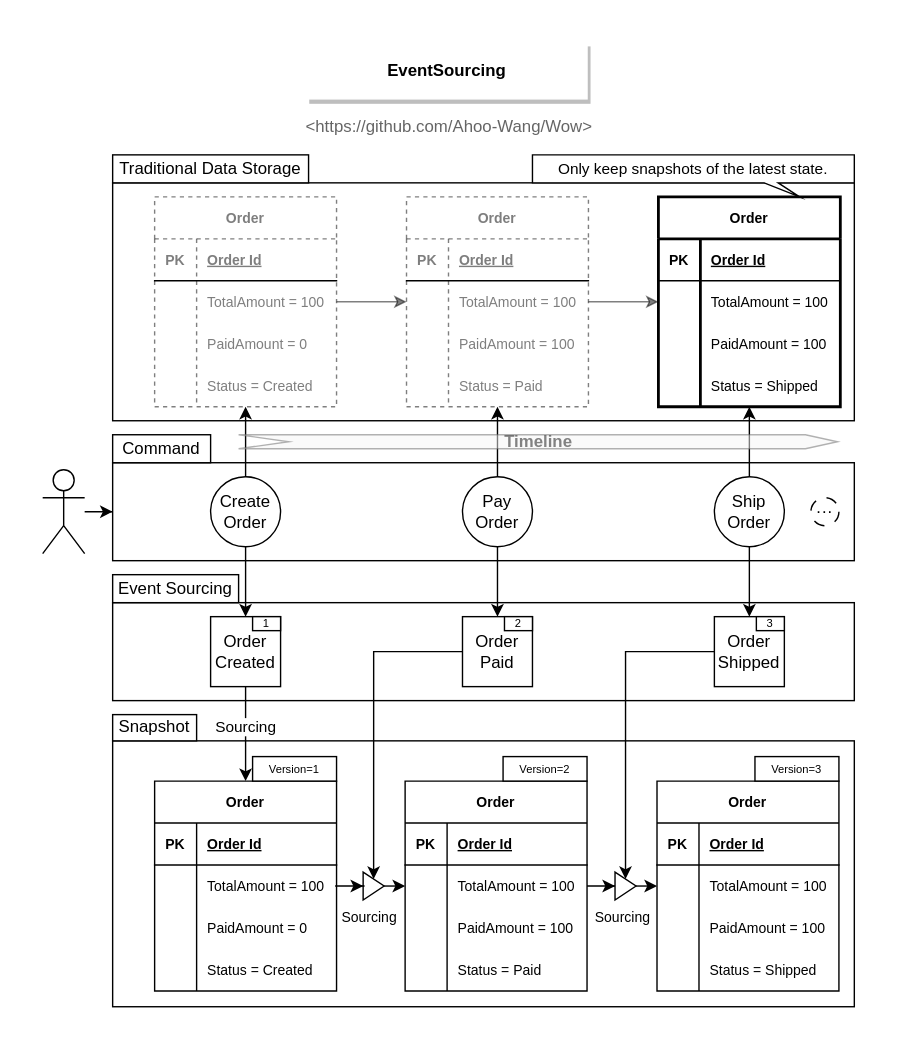
The draw.io diagram document/design/assets/EventSourcing.svg in Ahoo-Wang/Wow, before a commit. Source tidied: cells renumbered, new cells last; positions are measured from the earlier drawing's top-left corner, leaving out a move shared by most shapes.
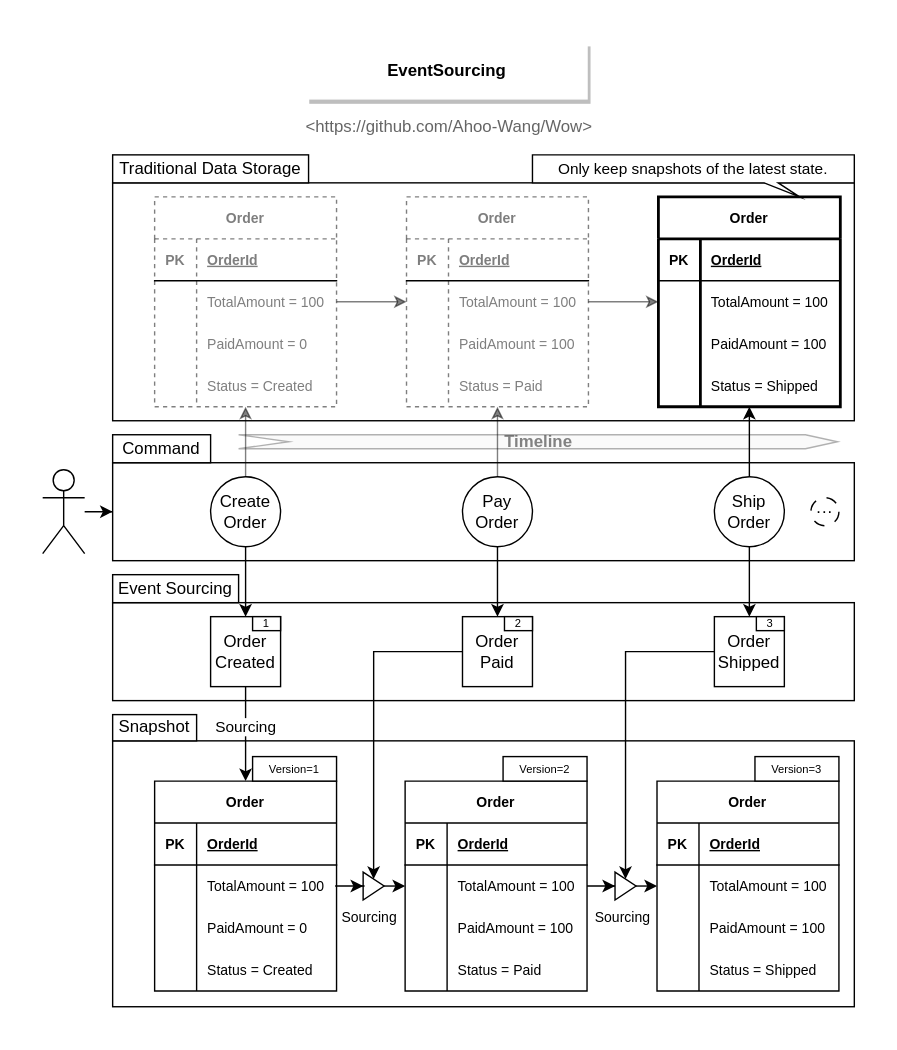
Later version of the same file.

What changed in the source:
```diff
@@ -2,6 +2,9 @@
   <root>
     <mxCell id="0" />
     <mxCell id="1" parent="0" />
+    <mxCell id="87" value="&lt;b&gt;Timeline&lt;/b&gt;" style="html=1;shadow=0;align=center;verticalAlign=middle;shape=mxgraph.arrows2.arrow;dy=0;dx=22.95;notch=35.86;textOpacity=60;opacity=50;fontSize=12;fillColor=#f5f5f5;fontColor=#333333;strokeColor=#666666;" parent="1" vertex="1">
+      <mxGeometry x="140" y="280" width="428" height="10" as="geometry" />
+    </mxCell>
     <mxCell id="2" style="rounded=0;whiteSpace=wrap;html=1;" parent="1" vertex="1">
       <mxGeometry x="50" y="400" width="530" height="70" as="geometry" />
     </mxCell>
@@ -17,7 +20,7 @@
     <mxCell id="6" style="edgeStyle=orthogonalEdgeStyle;rounded=0;jettySize=auto;html=1;entryX=0.5;entryY=0;entryDx=0;entryDy=0;strokeWidth=1;" parent="1" edge="1" source="71" target="68">
       <mxGeometry relative="1" as="geometry" />
     </mxCell>
-    <mxCell id="7" style="edgeStyle=orthogonalEdgeStyle;rounded=0;jettySize=auto;html=1;exitX=0.5;exitY=0;exitDx=0;exitDy=0;entryX=0.5;entryY=1;entryDx=0;entryDy=0;entryPerimeter=0;strokeWidth=1;" parent="1" edge="1" source="71" target="84">
+    <mxCell id="7" style="edgeStyle=orthogonalEdgeStyle;rounded=0;jettySize=auto;html=1;exitX=0.5;exitY=0;exitDx=0;exitDy=0;entryX=0.5;entryY=1;entryDx=0;entryDy=0;entryPerimeter=0;strokeWidth=1;textOpacity=50;opacity=50;" parent="1" edge="1" source="71" target="84">
       <mxGeometry relative="1" as="geometry" />
     </mxCell>
     <mxCell id="8" style="edgeStyle=orthogonalEdgeStyle;rounded=0;hachureGap=4;jettySize=auto;html=1;entryX=0.5;entryY=0;entryDx=0;entryDy=0;fontFamily=Architects Daughter;fontSource=https%3A%2F%2Ffonts.googleapis.com%2Fcss%3Ffamily%3DArchitects%2BDaughter;fontSize=16;" parent="1" edge="1" source="68" target="88">
@@ -28,7 +31,7 @@
         <mxPoint y="-2" as="offset" />
       </mxGeometry>
     </mxCell>
-    <mxCell id="10" style="edgeStyle=orthogonalEdgeStyle;rounded=0;hachureGap=4;jettySize=auto;html=1;fontFamily=Architects Daughter;fontSource=https%3A%2F%2Ffonts.googleapis.com%2Fcss%3Ffamily%3DArchitects%2BDaughter;fontSize=16;" parent="1" edge="1" source="12" target="13">
+    <mxCell id="10" style="edgeStyle=orthogonalEdgeStyle;rounded=0;hachureGap=4;jettySize=auto;html=1;fontFamily=Architects Daughter;fontSource=https%3A%2F%2Ffonts.googleapis.com%2Fcss%3Ffamily%3DArchitects%2BDaughter;fontSize=16;opacity=50;" parent="1" edge="1" source="12" target="13">
       <mxGeometry relative="1" as="geometry" />
     </mxCell>
     <mxCell id="11" style="edgeStyle=orthogonalEdgeStyle;rounded=0;hachureGap=4;jettySize=auto;html=1;entryX=0.5;entryY=0;entryDx=0;entryDy=0;fontFamily=Architects Daughter;fontSource=https%3A%2F%2Ffonts.googleapis.com%2Fcss%3Ffamily%3DArchitects%2BDaughter;fontSize=16;" parent="1" edge="1" source="12" target="62">
@@ -46,7 +49,7 @@
     <mxCell id="15" value="PK" style="shape=partialRectangle;fillColor=none;top=0;left=0;bottom=0;right=0;fontStyle=1;overflow=hidden;fontSize=10;textOpacity=50;" parent="14" vertex="1">
       <mxGeometry width="30" height="30" as="geometry" />
     </mxCell>
-    <mxCell id="16" value="Order Id" style="shape=partialRectangle;fillColor=none;top=0;left=0;bottom=0;right=0;align=left;spacingLeft=6;fontStyle=5;overflow=hidden;fontSize=10;textOpacity=50;" parent="14" vertex="1">
+    <mxCell id="16" value="OrderId" style="shape=partialRectangle;fillColor=none;top=0;left=0;bottom=0;right=0;align=left;spacingLeft=6;fontStyle=5;overflow=hidden;fontSize=10;textOpacity=50;" parent="14" vertex="1">
       <mxGeometry x="30" width="100" height="30" as="geometry" />
     </mxCell>
     <mxCell id="17" style="shape=tableRow;horizontal=0;startSize=0;swimlaneHead=0;swimlaneBody=0;fillColor=none;points=[[0,0.5],[1,0.5]];portConstraint=eastwest;top=0;left=0;right=0;bottom=0;fontSize=10;" parent="13" vertex="1">
@@ -103,7 +106,7 @@
     <mxCell id="34" value="PK" style="shape=partialRectangle;fillColor=none;top=0;left=0;bottom=0;right=0;fontStyle=1;overflow=hidden;fontSize=10;" parent="33" vertex="1">
       <mxGeometry width="30" height="30" as="geometry" />
     </mxCell>
-    <mxCell id="35" value="Order Id" style="shape=partialRectangle;fillColor=none;top=0;left=0;bottom=0;right=0;align=left;spacingLeft=6;fontStyle=5;overflow=hidden;fontSize=10;" parent="33" vertex="1">
+    <mxCell id="35" value="OrderId" style="shape=partialRectangle;fillColor=none;top=0;left=0;bottom=0;right=0;align=left;spacingLeft=6;fontStyle=5;overflow=hidden;fontSize=10;" parent="33" vertex="1">
       <mxGeometry x="30" width="100" height="30" as="geometry" />
     </mxCell>
     <mxCell id="36" style="shape=tableRow;horizontal=0;startSize=0;swimlaneHead=0;swimlaneBody=0;fillColor=none;points=[[0,0.5],[1,0.5]];portConstraint=eastwest;top=0;left=0;right=0;bottom=0;fontSize=10;" parent="32" vertex="1">
@@ -229,7 +232,7 @@
     <mxCell id="76" value="PK" style="shape=partialRectangle;fillColor=none;top=0;left=0;bottom=0;right=0;fontStyle=1;overflow=hidden;fontSize=10;opacity=50;textOpacity=50;" parent="75" vertex="1">
       <mxGeometry width="30" height="30" as="geometry" />
     </mxCell>
-    <mxCell id="77" value="Order Id" style="shape=partialRectangle;fillColor=none;top=0;left=0;bottom=0;right=0;align=left;spacingLeft=6;fontStyle=5;overflow=hidden;fontSize=10;opacity=50;textOpacity=50;" parent="75" vertex="1">
+    <mxCell id="77" value="OrderId" style="shape=partialRectangle;fillColor=none;top=0;left=0;bottom=0;right=0;align=left;spacingLeft=6;fontStyle=5;overflow=hidden;fontSize=10;opacity=50;textOpacity=50;" parent="75" vertex="1">
       <mxGeometry x="30" width="100" height="30" as="geometry" />
     </mxCell>
     <mxCell id="78" style="shape=tableRow;horizontal=0;startSize=0;swimlaneHead=0;swimlaneBody=0;fillColor=none;points=[[0,0.5],[1,0.5]];portConstraint=eastwest;top=0;left=0;right=0;bottom=0;fontSize=10;opacity=50;" parent="74" vertex="1">
@@ -259,9 +262,6 @@
     <mxCell id="86" value="Status = Created" style="shape=partialRectangle;fillColor=none;top=0;left=0;bottom=0;right=0;align=left;spacingLeft=6;overflow=hidden;fontSize=10;opacity=50;textOpacity=50;" parent="84" vertex="1">
       <mxGeometry x="30" width="100" height="30" as="geometry" />
     </mxCell>
-    <mxCell id="87" value="&lt;b&gt;Timeline&lt;/b&gt;" style="html=1;shadow=0;align=center;verticalAlign=middle;shape=mxgraph.arrows2.arrow;dy=0;dx=22.95;notch=35.86;textOpacity=60;opacity=50;fontSize=12;fillColor=#f5f5f5;fontColor=#333333;strokeColor=#666666;" parent="1" vertex="1">
-      <mxGeometry x="140" y="280" width="428" height="10" as="geometry" />
-    </mxCell>
     <mxCell id="88" value="Order" style="shape=table;startSize=30;rowLines=0;fontStyle=1;align=center;fontSize=10;" parent="1" vertex="1">
       <mxGeometry x="80" y="527.5" width="130" height="150" as="geometry" />
     </mxCell>
@@ -271,7 +271,7 @@
     <mxCell id="90" value="PK" style="shape=partialRectangle;fillColor=none;top=0;left=0;bottom=0;right=0;fontStyle=1;overflow=hidden;fontSize=10;" parent="89" vertex="1">
       <mxGeometry width="30" height="30" as="geometry" />
     </mxCell>
-    <mxCell id="91" value="Order Id" style="shape=partialRectangle;fillColor=none;top=0;left=0;bottom=0;right=0;align=left;spacingLeft=6;fontStyle=5;overflow=hidden;fontSize=10;" parent="89" vertex="1">
+    <mxCell id="91" value="OrderId" style="shape=partialRectangle;fillColor=none;top=0;left=0;bottom=0;right=0;align=left;spacingLeft=6;fontStyle=5;overflow=hidden;fontSize=10;" parent="89" vertex="1">
       <mxGeometry x="30" width="100" height="30" as="geometry" />
     </mxCell>
     <mxCell id="92" style="shape=tableRow;horizontal=0;startSize=0;swimlaneHead=0;swimlaneBody=0;fillColor=none;points=[[0,0.5],[1,0.5]];portConstraint=eastwest;top=0;left=0;right=0;bottom=0;fontSize=10;" parent="88" vertex="1">
@@ -313,7 +313,7 @@
     <mxCell id="104" value="PK" style="shape=partialRectangle;fillColor=none;top=0;left=0;bottom=0;right=0;fontStyle=1;overflow=hidden;fontSize=10;" parent="103" vertex="1">
       <mxGeometry width="30" height="30" as="geometry" />
     </mxCell>
-    <mxCell id="105" value="Order Id" style="shape=partialRectangle;fillColor=none;top=0;left=0;bottom=0;right=0;align=left;spacingLeft=6;fontStyle=5;overflow=hidden;fontSize=10;" parent="103" vertex="1">
+    <mxCell id="105" value="OrderId" style="shape=partialRectangle;fillColor=none;top=0;left=0;bottom=0;right=0;align=left;spacingLeft=6;fontStyle=5;overflow=hidden;fontSize=10;" parent="103" vertex="1">
       <mxGeometry x="30" width="100" height="30" as="geometry" />
     </mxCell>
     <mxCell id="106" style="shape=tableRow;horizontal=0;startSize=0;swimlaneHead=0;swimlaneBody=0;fillColor=none;points=[[0,0.5],[1,0.5]];portConstraint=eastwest;top=0;left=0;right=0;bottom=0;fontSize=10;" parent="102" vertex="1">
@@ -355,7 +355,7 @@
     <mxCell id="118" value="PK" style="shape=partialRectangle;fillColor=none;top=0;left=0;bottom=0;right=0;fontStyle=1;overflow=hidden;fontSize=10;" parent="117" vertex="1">
       <mxGeometry width="30" height="30" as="geometry" />
     </mxCell>
-    <mxCell id="119" value="Order Id" style="shape=partialRectangle;fillColor=none;top=0;left=0;bottom=0;right=0;align=left;spacingLeft=6;fontStyle=5;overflow=hidden;fontSize=10;" parent="117" vertex="1">
+    <mxCell id="119" value="OrderId" style="shape=partialRectangle;fillColor=none;top=0;left=0;bottom=0;right=0;align=left;spacingLeft=6;fontStyle=5;overflow=hidden;fontSize=10;" parent="117" vertex="1">
       <mxGeometry x="30" width="100" height="30" as="geometry" />
     </mxCell>
     <mxCell id="120" style="shape=tableRow;horizontal=0;startSize=0;swimlaneHead=0;swimlaneBody=0;fillColor=none;top=0;left=0;right=0;bottom=0;fontSize=10;" parent="116" vertex="1">
```
